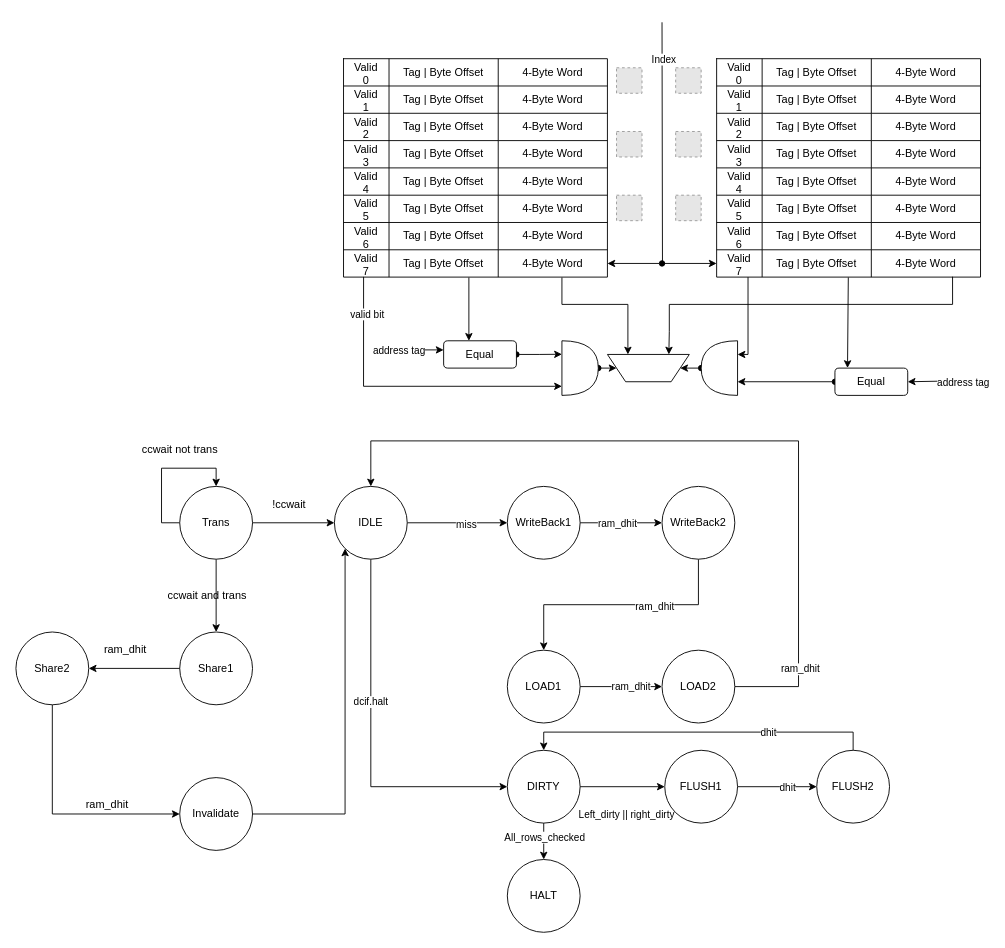
Earlier version of the draw.io diagram page "dcache" (2 of 5) of caches.drawio (vickyfyq/ece437). Source tidied: cells renumbered, new cells numbered last; positions are measured from the earlier drawing's top-left corner, leaving out a move shared by most shapes. Both pictures are drawn from the tidied source at 91%, with x=0, y=0 at pixel (15, 22). Pictures stored in the file or linked from it are replaced by grey dashed boxes.
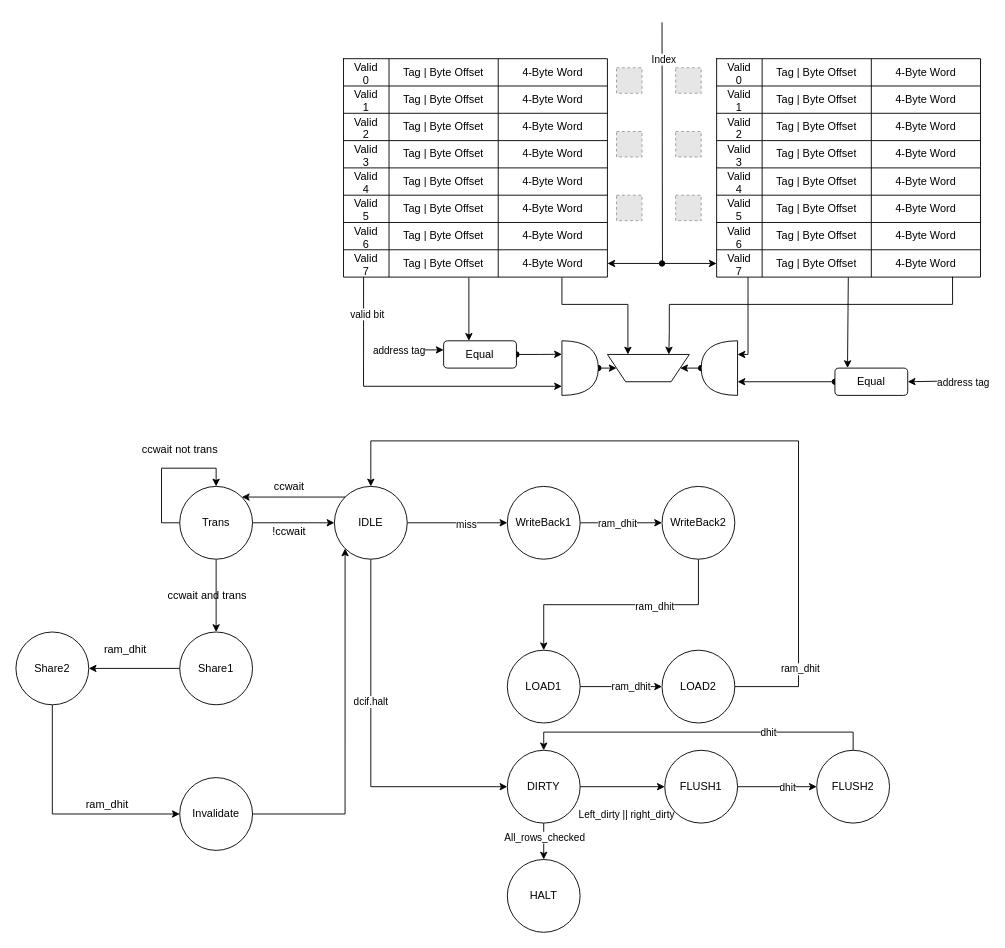
Above is the later version.

The change refers to these unchanged cells:
```xml
<mxCell id="101" value="IDLE" style="ellipse;whiteSpace=wrap;html=1;" parent="1" vertex="1">
  <mxGeometry x="350" y="510" width="80" height="80" as="geometry" />
</mxCell>
<mxCell id="129" value="Trans" style="ellipse;whiteSpace=wrap;html=1;" parent="1" vertex="1">
  <mxGeometry x="180" y="510" width="80" height="80" as="geometry" />
</mxCell>
```

The edit, as a diff of the source:
```diff
@@
     <mxCell id="140" value="!ccwait" style="text;html=1;align=center;verticalAlign=middle;strokeColor=none;fillColor=none;" parent="1" vertex="1">
-      <mxGeometry x="275" y="520" width="50" height="20" as="geometry" />
+      <mxGeometry x="275" y="550" width="50" height="20" as="geometry" />
     </mxCell>
+    <mxCell id="141" style="endArrow=classic;html=1;rounded=0;exitX=0;exitY=0;exitDx=0;exitDy=0;entryX=1;entryY=0;entryDx=0;entryDy=0;" parent="1" edge="1" source="101" target="129">
+      <mxGeometry relative="1" as="geometry" />
+    </mxCell>
+    <mxCell id="142" value="&lt;div&gt;ccwait&lt;/div&gt;" style="text;html=1;align=center;verticalAlign=middle;strokeColor=none;fillColor=none;" parent="1" vertex="1">
+      <mxGeometry x="275" y="500" width="50" height="20" as="geometry" />
+    </mxCell>
```
